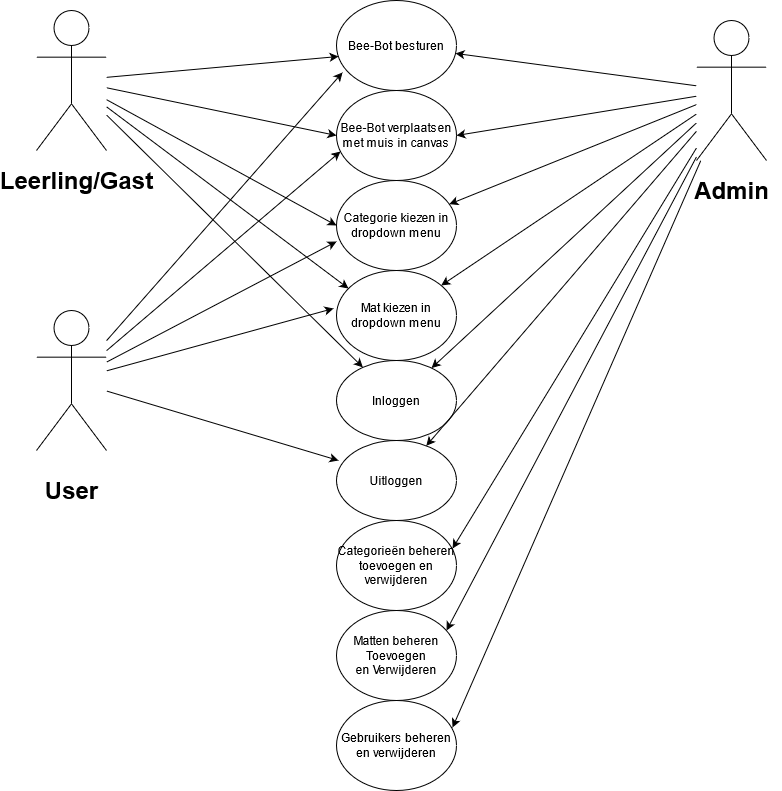
TimoHogeveen/BeebotOnline keeps this draw.io diagram as documentation/Use CaseUpdated.png. Above is the earlier version. Source tidied: cells renumbered, new cells last; positions are measured from the earlier drawing's top-left corner, leaving out a move shared by most shapes.
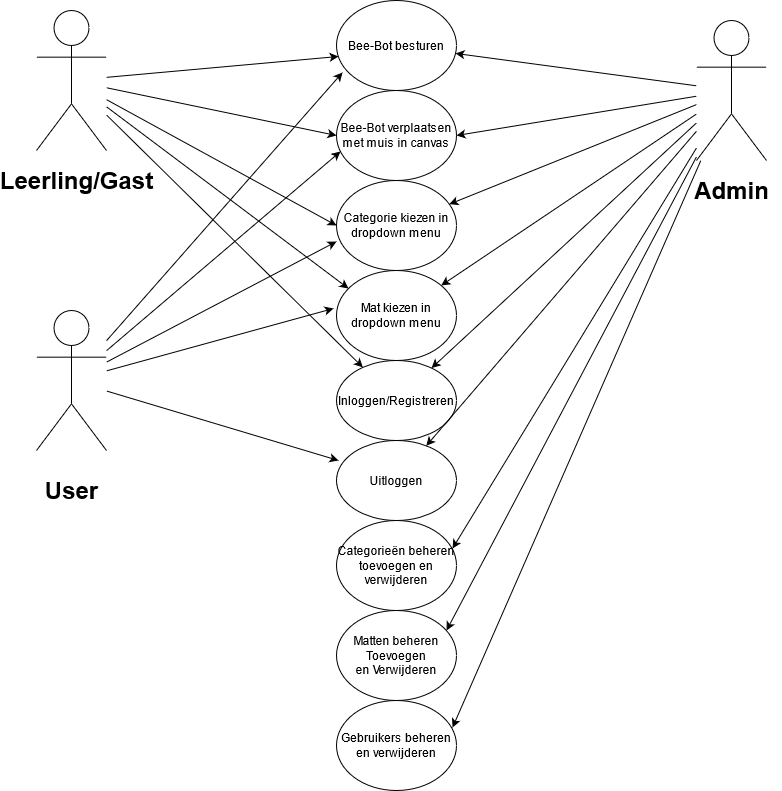
Later version of the same file.

Diff of the diagram source:
```diff
@@ -53,7 +53,7 @@
     <mxCell id="18" style="endArrow=classic;html=1;fontFamily=Helvetica;entryX=0.967;entryY=0.311;entryDx=0;entryDy=0;entryPerimeter=0;" parent="1" edge="1" source="3" target="17">
       <mxGeometry relative="1" as="geometry" />
     </mxCell>
-    <mxCell id="19" value="Inloggen" style="ellipse;whiteSpace=wrap;html=1;" parent="1" vertex="1">
+    <mxCell id="19" value="Inloggen/Registreren" style="ellipse;whiteSpace=wrap;html=1;" parent="1" vertex="1">
       <mxGeometry x="315" y="360" width="120" height="80" as="geometry" />
     </mxCell>
     <mxCell id="20" style="endArrow=classic;html=1;fontFamily=Helvetica;" parent="1" edge="1" source="2" target="19">
```
